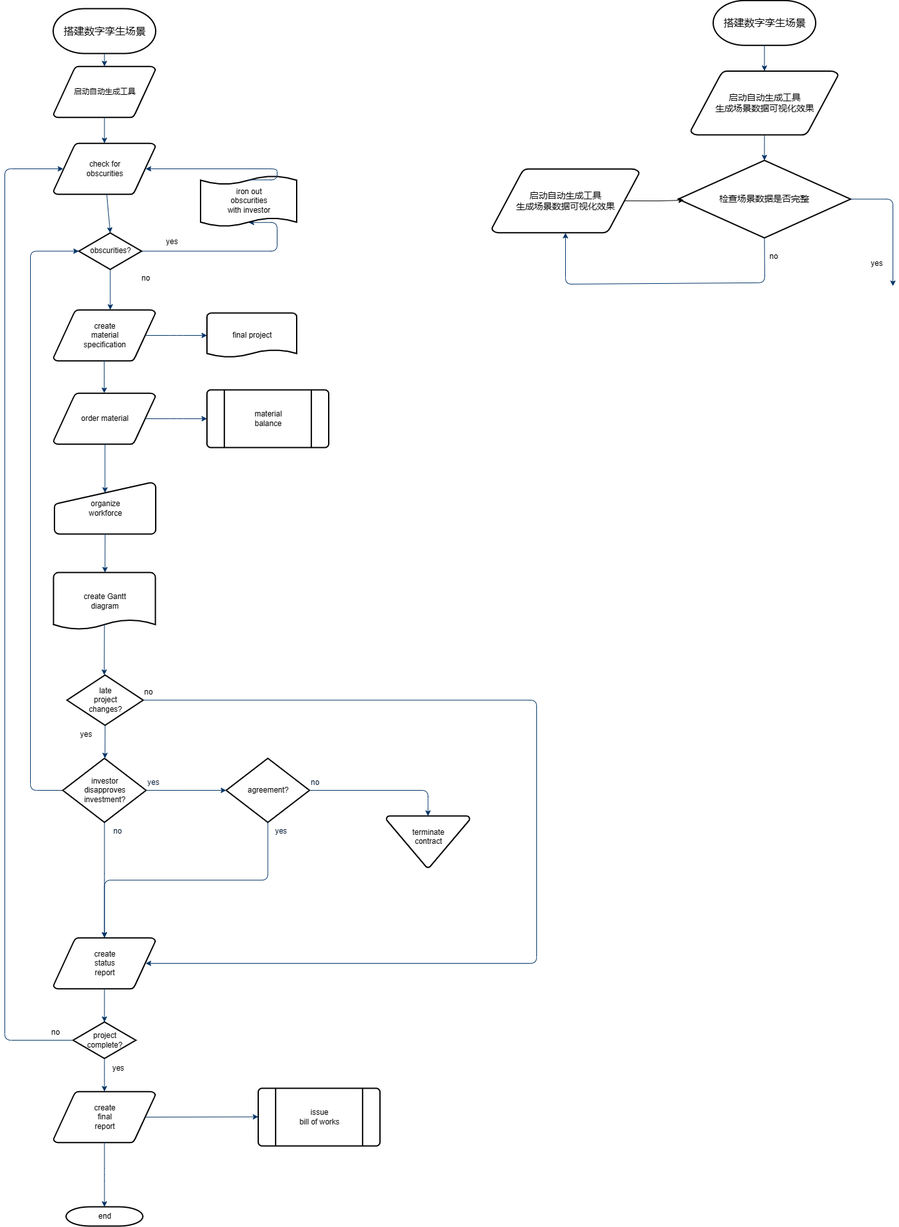
mulegan/draw-.io keeps this draw.io diagram as VissimMap.drawio.png. Above is the earlier version. Source tidied: cells renumbered, new cells last; positions are measured from the earlier drawing's top-left corner, leaving out a move shared by most shapes.
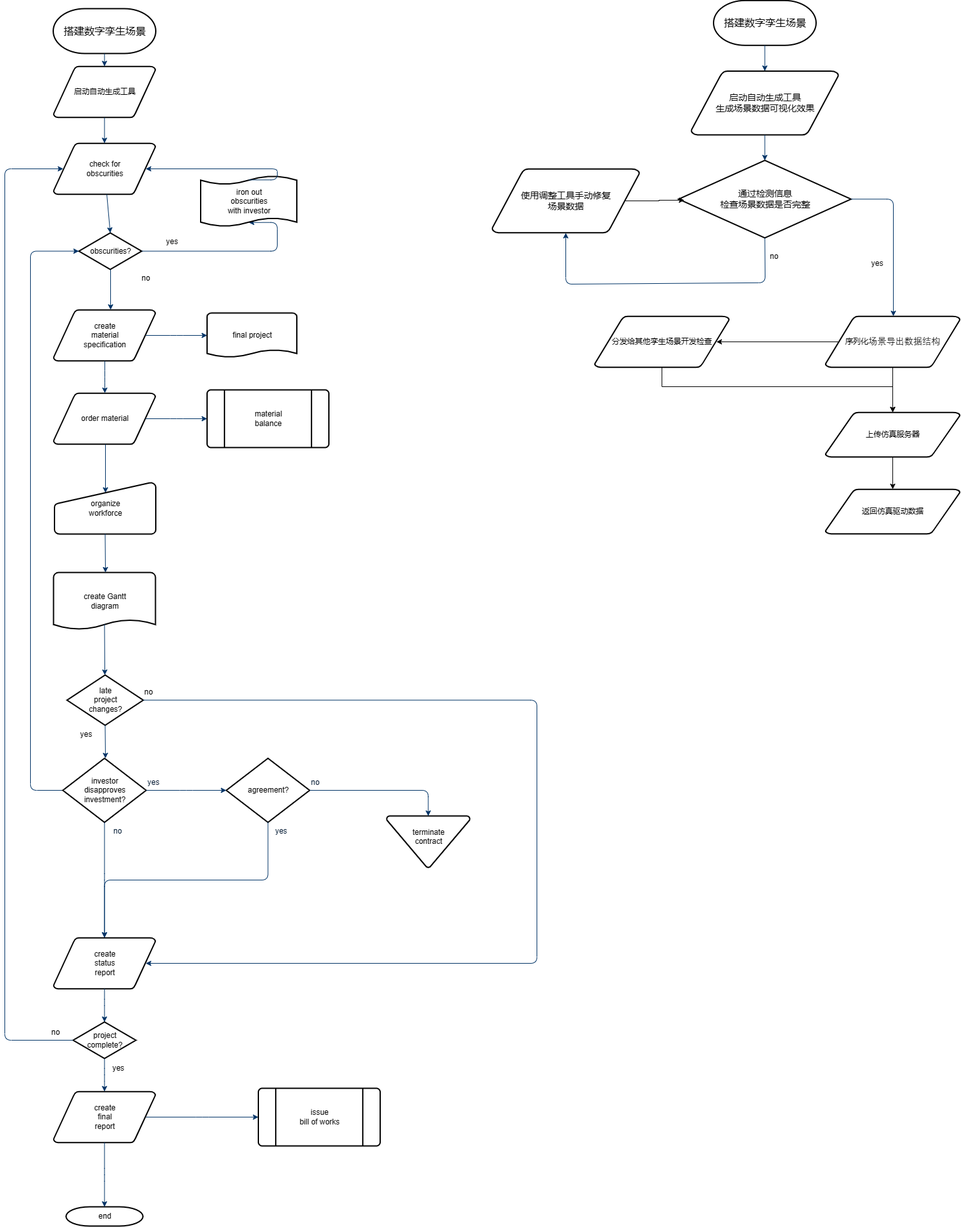
The same diagram one commit later.

The edit, as a diff of the source:
```diff
@@ -200,7 +200,7 @@
     <mxCell id="59" style="fontStyle=1;strokeColor=#003366;strokeWidth=1;html=1;entryX=0.5;entryY=0;entryDx=0;entryDy=0;entryPerimeter=0;" parent="1" edge="1" source="57" target="60">
       <mxGeometry relative="1" as="geometry" />
     </mxCell>
-    <mxCell id="60" value="&lt;span style=&quot;font-size: 14px;&quot;&gt;检查场景数据是否完整&lt;/span&gt;" style="shape=mxgraph.flowchart.decision;strokeWidth=2;gradientColor=none;gradientDirection=north;fontStyle=0;html=1;" parent="1" vertex="1">
+    <mxCell id="60" value="&lt;span style=&quot;font-size: 14px;&quot;&gt;通过检测信息&lt;br&gt;检查场景数据是否完整&lt;/span&gt;" style="shape=mxgraph.flowchart.decision;strokeWidth=2;gradientColor=none;gradientDirection=north;fontStyle=0;html=1;" parent="1" vertex="1">
       <mxGeometry x="1051" y="249.8" width="269" height="121" as="geometry" />
     </mxCell>
     <mxCell id="61" style="fontStyle=1;strokeColor=#003366;strokeWidth=1;html=1;exitX=0.5;exitY=1;exitDx=0;exitDy=0;exitPerimeter=0;entryX=0.5;entryY=1;entryDx=0;entryDy=0;entryPerimeter=0;" parent="1" edge="1" source="60" target="66">
@@ -214,9 +214,8 @@
     <mxCell id="62" value="yes" style="text;fontStyle=0;html=1;strokeColor=none;gradientColor=none;fillColor=none;strokeWidth=2;" parent="1" vertex="1">
       <mxGeometry x="1350" y="396.8" width="30" height="26" as="geometry" />
     </mxCell>
-    <mxCell id="63" style="edgeStyle=elbowEdgeStyle;elbow=horizontal;entryX=0.5;entryY=0.91;entryPerimeter=0;exitX=1;exitY=0.5;exitPerimeter=0;fontStyle=1;strokeColor=#003366;strokeWidth=1;html=1;exitDx=0;exitDy=0;" parent="1" edge="1" source="60">
+    <mxCell id="63" style="edgeStyle=elbowEdgeStyle;elbow=horizontal;exitX=1;exitY=0.5;exitPerimeter=0;fontStyle=1;strokeColor=#003366;strokeWidth=1;html=1;exitDx=0;exitDy=0;" parent="1" edge="1" source="60" target="69">
       <mxGeometry x="1342" y="127.8" as="geometry">
-        <mxPoint x="1386" y="446" as="targetPoint" />
         <Array as="points">
           <mxPoint x="1386" y="472.3" />
         </Array>
@@ -228,8 +227,37 @@
     <mxCell id="65" style="edgeStyle=orthogonalEdgeStyle;rounded=0;jettySize=auto;html=1;exitX=0.905;exitY=0.5;exitDx=0;exitDy=0;exitPerimeter=0;entryX=0.033;entryY=0.514;entryDx=0;entryDy=0;entryPerimeter=0;fontSize=14;" parent="1" edge="1" source="66" target="60">
       <mxGeometry relative="1" as="geometry" />
     </mxCell>
-    <mxCell id="66" value="&lt;font style=&quot;font-size: 14px;&quot;&gt;启动自动生成工具&lt;br&gt;生成场景数据可视化效果&lt;br&gt;&lt;/font&gt;" style="shape=mxgraph.flowchart.data;strokeWidth=2;gradientColor=none;gradientDirection=north;fontStyle=0;html=1;" parent="1" vertex="1">
+    <mxCell id="66" value="&lt;font style=&quot;font-size: 14px;&quot;&gt;使用调整工具手动修复&lt;br&gt;场景数据&lt;br&gt;&lt;/font&gt;" style="shape=mxgraph.flowchart.data;strokeWidth=2;gradientColor=none;gradientDirection=north;fontStyle=0;html=1;" parent="1" vertex="1">
       <mxGeometry x="760" y="263" width="230" height="100" as="geometry" />
     </mxCell>
+    <mxCell id="67" style="edgeStyle=orthogonalEdgeStyle;rounded=0;jettySize=auto;html=1;entryX=0.905;entryY=0.5;entryDx=0;entryDy=0;entryPerimeter=0;fontSize=14;exitX=0.095;exitY=0.5;exitDx=0;exitDy=0;exitPerimeter=0;" parent="1" edge="1" source="69" target="71">
+      <mxGeometry relative="1" as="geometry" />
+    </mxCell>
+    <mxCell id="68" style="edgeStyle=orthogonalEdgeStyle;rounded=0;jettySize=auto;html=1;fontSize=14;" parent="1" edge="1" source="69" target="73">
+      <mxGeometry relative="1" as="geometry" />
+    </mxCell>
+    <mxCell id="69" value="序列化&lt;span style=&quot;font-family: 等线; font-size: 10.5pt; background-color: initial;&quot;&gt;场景导出数据结构&lt;/span&gt;" style="shape=mxgraph.flowchart.data;strokeWidth=2;gradientColor=none;gradientDirection=north;fontStyle=0;html=1;" parent="1" vertex="1">
+      <mxGeometry x="1280" y="493" width="210" height="80" as="geometry" />
+    </mxCell>
+    <mxCell id="70" style="edgeStyle=orthogonalEdgeStyle;rounded=0;jettySize=auto;html=1;entryX=0.5;entryY=0;entryDx=0;entryDy=0;entryPerimeter=0;fontSize=14;" parent="1" edge="1" source="71" target="73">
+      <mxGeometry relative="1" as="geometry">
+        <Array as="points">
+          <mxPoint x="1025" y="603" />
+          <mxPoint x="1385" y="603" />
+        </Array>
+      </mxGeometry>
+    </mxCell>
+    <mxCell id="71" value="分发给其他孪生场景开发检查" style="shape=mxgraph.flowchart.data;strokeWidth=2;gradientColor=none;gradientDirection=north;fontStyle=0;html=1;" parent="1" vertex="1">
+      <mxGeometry x="920" y="493" width="210" height="80" as="geometry" />
+    </mxCell>
+    <mxCell id="72" style="edgeStyle=orthogonalEdgeStyle;rounded=0;jettySize=auto;html=1;fontSize=14;entryX=0.5;entryY=0;entryDx=0;entryDy=0;entryPerimeter=0;" parent="1" edge="1" source="73" target="74">
+      <mxGeometry relative="1" as="geometry" />
+    </mxCell>
+    <mxCell id="73" value="上传仿真服务器" style="shape=mxgraph.flowchart.data;strokeWidth=2;gradientColor=none;gradientDirection=north;fontStyle=0;html=1;" parent="1" vertex="1">
+      <mxGeometry x="1280" y="643" width="210" height="70" as="geometry" />
+    </mxCell>
+    <mxCell id="74" value="返回仿真驱动数据" style="shape=mxgraph.flowchart.data;strokeWidth=2;gradientColor=none;gradientDirection=north;fontStyle=0;html=1;" parent="1" vertex="1">
+      <mxGeometry x="1280" y="763" width="210" height="70" as="geometry" />
+    </mxCell>
   </root>
 </mxGraphModel>
```
